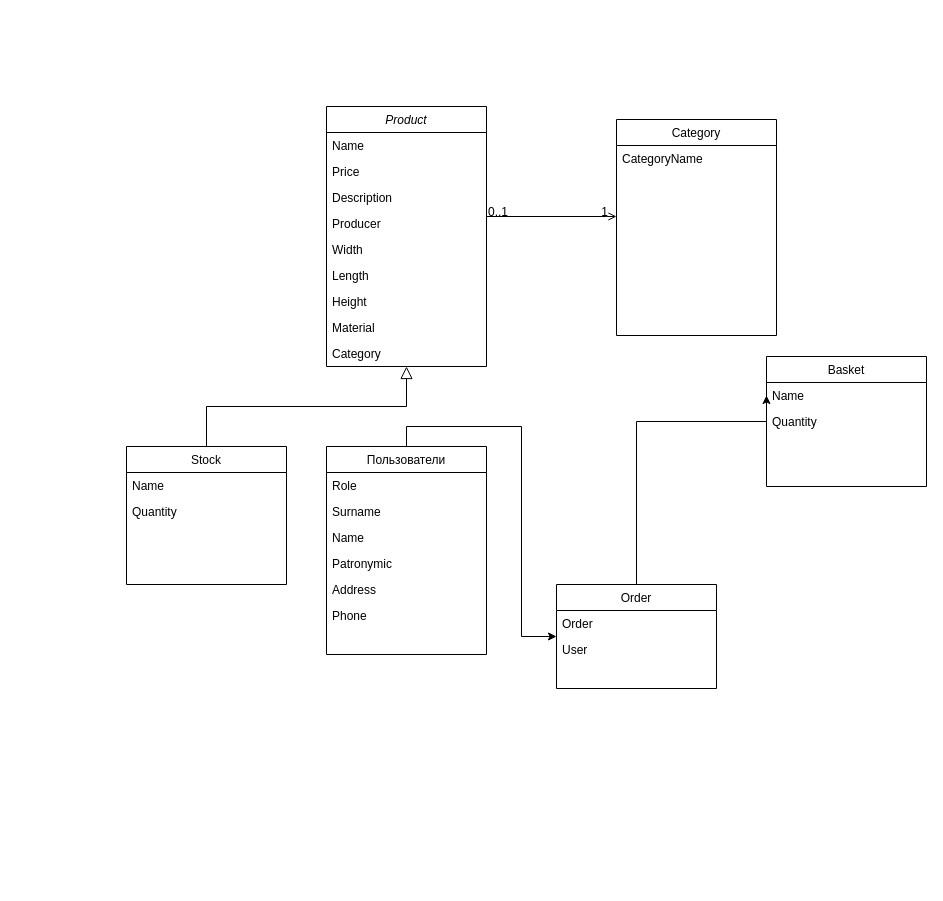
Above: Диаграммы/Entities.drawio in AlekcWins/OnlineFurniture (draw.io), before the change. Source tidied: cells renumbered, new cells numbered last; positions are measured from the earlier drawing's top-left corner, leaving out a move shared by most shapes. Both pictures are drawn from the tidied source at 100%, with x=0, y=0 at pixel (126, 106).
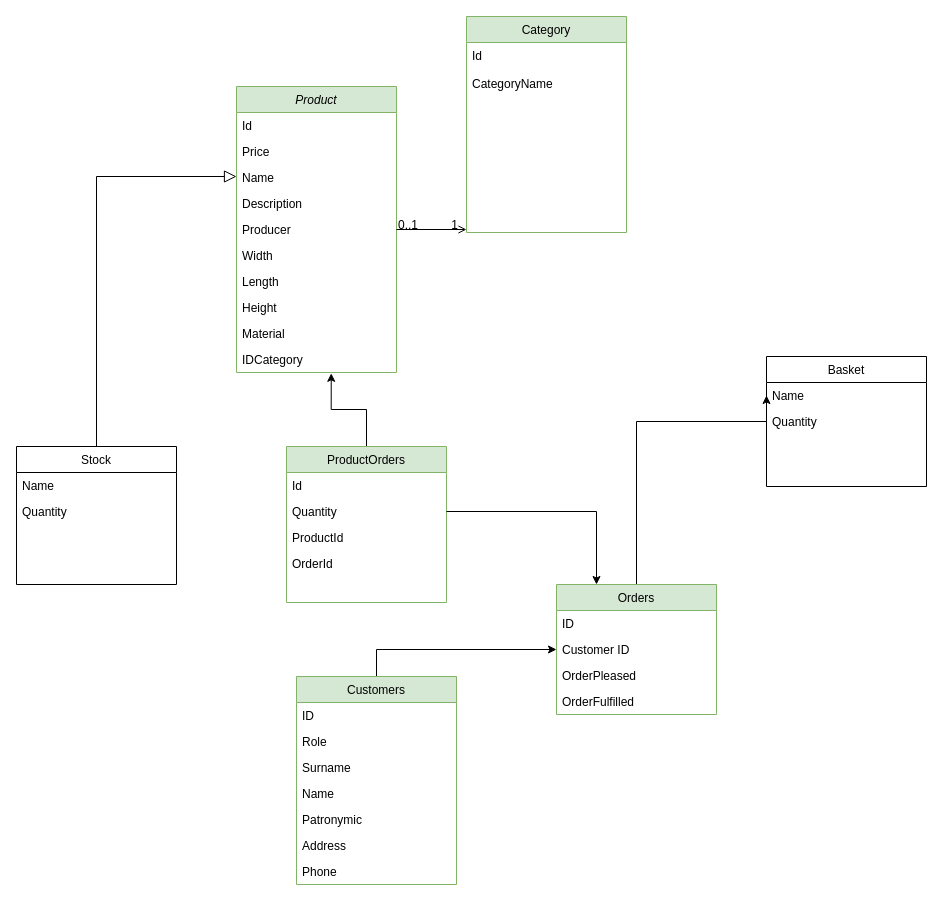
Above is the later version.

Commit message (it also covers changes not shown here):
add base functionality Product Customer Order

The edit, as a diff of the source:
```diff
@@
-    <mxCell id="2" value="Product" style="swimlane;fontStyle=2;align=center;verticalAlign=top;horizontal=1;startSize=26;rounded=0;shadow=0;strokeWidth=1;" parent="1" vertex="1">
-      <mxGeometry x="200" width="160" height="260" as="geometry" />
+    <mxCell id="2" value="Product" style="swimlane;fontStyle=2;align=center;verticalAlign=top;horizontal=1;startSize=26;rounded=0;shadow=0;strokeWidth=1;fillColor=#d5e8d4;strokeColor=#82b366;" parent="1" vertex="1">
+      <mxGeometry x="110" y="-20" width="160" height="286" as="geometry" />
     </mxCell>
+    <mxCell id="36" value="Id" style="text;align=left;verticalAlign=top;spacingLeft=4;spacingRight=4;overflow=hidden;rounded=0;shadow=0;html=0;" parent="2" vertex="1">
+      <mxGeometry y="26" width="160" height="26" as="geometry" />
+    </mxCell>
+    <mxCell id="4" value="Price" style="text;align=left;verticalAlign=top;spacingLeft=4;spacingRight=4;overflow=hidden;rounded=0;shadow=0;html=0;" parent="2" vertex="1">
+      <mxGeometry y="52" width="160" height="26" as="geometry" />
+    </mxCell>
     <mxCell id="3" value="Name" style="text;align=left;verticalAlign=top;spacingLeft=4;spacingRight=4;overflow=hidden;" parent="2" vertex="1">
-      <mxGeometry y="26" width="160" height="26" as="geometry" />
+      <mxGeometry y="78" width="160" height="26" as="geometry" />
     </mxCell>
-    <mxCell id="4" value="Price" style="text;align=left;verticalAlign=top;spacingLeft=4;spacingRight=4;overflow=hidden;rounded=0;shadow=0;html=0;" parent="2" vertex="1">
-      <mxGeometry y="52" width="160" height="26" as="geometry" />
-    </mxCell>
     <mxCell id="5" value="Description" style="text;align=left;verticalAlign=top;spacingLeft=4;spacingRight=4;overflow=hidden;rounded=0;shadow=0;html=0;" parent="2" vertex="1">
-      <mxGeometry y="78" width="160" height="26" as="geometry" />
+      <mxGeometry y="104" width="160" height="26" as="geometry" />
     </mxCell>
     <mxCell id="6" value="Producer" style="text;align=left;verticalAlign=top;spacingLeft=4;spacingRight=4;overflow=hidden;rounded=0;shadow=0;html=0;" parent="2" vertex="1">
-      <mxGeometry y="104" width="160" height="26" as="geometry" />
+      <mxGeometry y="130" width="160" height="26" as="geometry" />
     </mxCell>
     <mxCell id="7" value="Width" style="text;align=left;verticalAlign=top;spacingLeft=4;spacingRight=4;overflow=hidden;rounded=0;shadow=0;html=0;" parent="2" vertex="1">
-      <mxGeometry y="130" width="160" height="26" as="geometry" />
+      <mxGeometry y="156" width="160" height="26" as="geometry" />
     </mxCell>
     <mxCell id="8" value="Length" style="text;align=left;verticalAlign=top;spacingLeft=4;spacingRight=4;overflow=hidden;rounded=0;shadow=0;html=0;" parent="2" vertex="1">
-      <mxGeometry y="156" width="160" height="26" as="geometry" />
+      <mxGeometry y="182" width="160" height="26" as="geometry" />
     </mxCell>
     <mxCell id="9" value="Height" style="text;align=left;verticalAlign=top;spacingLeft=4;spacingRight=4;overflow=hidden;rounded=0;shadow=0;html=0;" parent="2" vertex="1">
-      <mxGeometry y="182" width="160" height="26" as="geometry" />
+      <mxGeometry y="208" width="160" height="26" as="geometry" />
     </mxCell>
     <mxCell id="10" value="Material" style="text;align=left;verticalAlign=top;spacingLeft=4;spacingRight=4;overflow=hidden;rounded=0;shadow=0;html=0;" parent="2" vertex="1">
-      <mxGeometry y="208" width="160" height="26" as="geometry" />
+      <mxGeometry y="234" width="160" height="26" as="geometry" />
     </mxCell>
-    <mxCell id="11" value="Category" style="text;align=left;verticalAlign=top;spacingLeft=4;spacingRight=4;overflow=hidden;points=[[0,0.5],[1,0.5]];portConstraint=eastwest;rounded=0;shadow=0;html=0;" parent="2" vertex="1">
-      <mxGeometry y="234" width="160" height="26" as="geometry" />
+    <mxCell id="11" value="IDCategory" style="text;align=left;verticalAlign=top;spacingLeft=4;spacingRight=4;overflow=hidden;points=[[0,0.5],[1,0.5]];portConstraint=eastwest;rounded=0;shadow=0;html=0;" parent="2" vertex="1">
+      <mxGeometry y="260" width="160" height="26" as="geometry" />
     </mxCell>
     <mxCell id="12" style="endArrow=block;endSize=10;endFill=0;shadow=0;strokeWidth=1;rounded=0;edgeStyle=elbowEdgeStyle;elbow=vertical;" parent="1" edge="1" source="18" target="2">
-      <mxGeometry relative="1" as="geometry" />
+      <mxGeometry relative="1" as="geometry">
+        <Array as="points">
+          <mxPoint x="110" y="70" />
+        </Array>
+      </mxGeometry>
     </mxCell>
@@
-    <mxCell id="16" value="Category" style="swimlane;fontStyle=0;align=center;verticalAlign=top;horizontal=1;startSize=26;rounded=0;shadow=0;strokeWidth=1;" parent="1" vertex="1">
-      <mxGeometry x="490" y="13" width="160" height="216" as="geometry" />
+    <mxCell id="16" value="Category" style="swimlane;fontStyle=0;align=center;verticalAlign=top;horizontal=1;startSize=26;rounded=0;shadow=0;strokeWidth=1;fillColor=#d5e8d4;strokeColor=#82b366;" parent="1" vertex="1">
+      <mxGeometry x="340" y="-90" width="160" height="216" as="geometry" />
     </mxCell>
+    <mxCell id="37" value="Id" style="text;align=left;verticalAlign=top;spacingLeft=4;spacingRight=4;overflow=hidden;rounded=0;shadow=0;html=0;" parent="16" vertex="1">
+      <mxGeometry y="26" width="160" height="28" as="geometry" />
+    </mxCell>
     <mxCell id="17" value="CategoryName" style="text;align=left;verticalAlign=top;spacingLeft=4;spacingRight=4;overflow=hidden;rounded=0;shadow=0;html=0;" parent="16" vertex="1">
-      <mxGeometry y="26" width="160" height="26" as="geometry" />
+      <mxGeometry y="54" width="160" height="26" as="geometry" />
     </mxCell>
     <mxCell id="18" value="Stock" style="swimlane;fontStyle=0;align=center;verticalAlign=top;horizontal=1;startSize=26;rounded=0;shadow=0;strokeWidth=1;" parent="1" vertex="1">
-      <mxGeometry y="340" width="160" height="138" as="geometry" />
+      <mxGeometry x="-110" y="340" width="160" height="138" as="geometry" />
     </mxCell>
@@
-    <mxCell id="22" value="Пользователи" style="swimlane;fontStyle=0;align=center;verticalAlign=top;horizontal=1;startSize=26;rounded=0;shadow=0;strokeWidth=1;" parent="1" vertex="1">
-      <mxGeometry x="200" y="340" width="160" height="208" as="geometry" />
+    <mxCell id="22" value="Customers" style="swimlane;fontStyle=0;align=center;verticalAlign=top;horizontal=1;startSize=26;rounded=0;shadow=0;strokeWidth=1;fillColor=#d5e8d4;strokeColor=#82b366;" parent="1" vertex="1">
+      <mxGeometry x="170" y="570" width="160" height="208" as="geometry" />
     </mxCell>
+    <mxCell id="38" value="ID" style="text;align=left;verticalAlign=top;spacingLeft=4;spacingRight=4;overflow=hidden;rounded=0;shadow=0;html=0;" parent="22" vertex="1">
+      <mxGeometry y="26" width="160" height="26" as="geometry" />
+    </mxCell>
     <mxCell id="23" value="Role" style="text;align=left;verticalAlign=top;spacingLeft=4;spacingRight=4;overflow=hidden;rounded=0;shadow=0;html=0;" parent="22" vertex="1">
-      <mxGeometry y="26" width="160" height="26" as="geometry" />
+      <mxGeometry y="52" width="160" height="26" as="geometry" />
     </mxCell>
     <mxCell id="24" value="Surname" style="text;align=left;verticalAlign=top;spacingLeft=4;spacingRight=4;overflow=hidden;rounded=0;shadow=0;html=0;" parent="22" vertex="1">
-      <mxGeometry y="52" width="160" height="26" as="geometry" />
+      <mxGeometry y="78" width="160" height="26" as="geometry" />
     </mxCell>
     <mxCell id="25" value="Name" style="text;align=left;verticalAlign=top;spacingLeft=4;spacingRight=4;overflow=hidden;rounded=0;shadow=0;html=0;" parent="22" vertex="1">
-      <mxGeometry y="78" width="160" height="26" as="geometry" />
+      <mxGeometry y="104" width="160" height="26" as="geometry" />
     </mxCell>
     <mxCell id="26" value="Patronymic" style="text;align=left;verticalAlign=top;spacingLeft=4;spacingRight=4;overflow=hidden;rounded=0;shadow=0;html=0;" parent="22" vertex="1">
-      <mxGeometry y="104" width="160" height="26" as="geometry" />
+      <mxGeometry y="130" width="160" height="26" as="geometry" />
     </mxCell>
     <mxCell id="27" value="Address" style="text;align=left;verticalAlign=top;spacingLeft=4;spacingRight=4;overflow=hidden;rounded=0;shadow=0;html=0;" parent="22" vertex="1">
-      <mxGeometry y="130" width="160" height="26" as="geometry" />
+      <mxGeometry y="156" width="160" height="26" as="geometry" />
     </mxCell>
     <mxCell id="28" value="Phone" style="text;align=left;verticalAlign=top;spacingLeft=4;spacingRight=4;overflow=hidden;rounded=0;shadow=0;html=0;" parent="22" vertex="1">
-      <mxGeometry y="156" width="160" height="26" as="geometry" />
+      <mxGeometry y="182" width="160" height="26" as="geometry" />
     </mxCell>
@@
-    <mxCell id="30" value="Order" style="swimlane;fontStyle=0;align=center;verticalAlign=top;horizontal=1;startSize=26;rounded=0;shadow=0;strokeWidth=1;" parent="1" vertex="1">
-      <mxGeometry x="430" y="478" width="160" height="104" as="geometry" />
+    <mxCell id="30" value="Orders" style="swimlane;fontStyle=0;align=center;verticalAlign=top;horizontal=1;startSize=26;rounded=0;shadow=0;strokeWidth=1;fillColor=#d5e8d4;strokeColor=#82b366;" parent="1" vertex="1">
+      <mxGeometry x="430" y="478" width="160" height="130" as="geometry" />
     </mxCell>
-    <mxCell id="31" value="Order" style="text;align=left;verticalAlign=top;spacingLeft=4;spacingRight=4;overflow=hidden;rounded=0;shadow=0;html=0;" parent="30" vertex="1">
+    <mxCell id="31" value="ID" style="text;align=left;verticalAlign=top;spacingLeft=4;spacingRight=4;overflow=hidden;rounded=0;shadow=0;html=0;" parent="30" vertex="1">
       <mxGeometry y="26" width="160" height="26" as="geometry" />
     </mxCell>
-    <mxCell id="32" value="User" style="text;align=left;verticalAlign=top;spacingLeft=4;spacingRight=4;overflow=hidden;rounded=0;shadow=0;html=0;" parent="30" vertex="1">
+    <mxCell id="32" value="Customer ID" style="text;align=left;verticalAlign=top;spacingLeft=4;spacingRight=4;overflow=hidden;rounded=0;shadow=0;html=0;" parent="30" vertex="1">
       <mxGeometry y="52" width="160" height="26" as="geometry" />
     </mxCell>
+    <mxCell id="39" value="OrderPleased" style="text;align=left;verticalAlign=top;spacingLeft=4;spacingRight=4;overflow=hidden;rounded=0;shadow=0;html=0;" parent="30" vertex="1">
+      <mxGeometry y="78" width="160" height="26" as="geometry" />
+    </mxCell>
+    <mxCell id="40" value="OrderFulfilled" style="text;align=left;verticalAlign=top;spacingLeft=4;spacingRight=4;overflow=hidden;rounded=0;shadow=0;html=0;" parent="30" vertex="1">
+      <mxGeometry y="104" width="160" height="26" as="geometry" />
+    </mxCell>
@@
+    <mxCell id="41" style="edgeStyle=orthogonalEdgeStyle;rounded=0;jettySize=auto;html=1;exitX=0.5;exitY=0;exitDx=0;exitDy=0;entryX=0.592;entryY=1.032;entryDx=0;entryDy=0;entryPerimeter=0;" parent="1" edge="1" source="42" target="11">
+      <mxGeometry relative="1" as="geometry" />
+    </mxCell>
+    <mxCell id="42" value="ProductOrders" style="swimlane;fontStyle=0;align=center;verticalAlign=top;horizontal=1;startSize=26;rounded=0;shadow=0;strokeWidth=1;fillColor=#d5e8d4;strokeColor=#82b366;" parent="1" vertex="1">
+      <mxGeometry x="160" y="340" width="160" height="156" as="geometry" />
+    </mxCell>
+    <mxCell id="43" value="Id" style="text;align=left;verticalAlign=top;spacingLeft=4;spacingRight=4;overflow=hidden;rounded=0;shadow=0;html=0;" parent="42" vertex="1">
+      <mxGeometry y="26" width="160" height="26" as="geometry" />
+    </mxCell>
+    <mxCell id="44" value="Quantity" style="text;align=left;verticalAlign=top;spacingLeft=4;spacingRight=4;overflow=hidden;points=[[0,0.5],[1,0.5]];portConstraint=eastwest;rounded=0;shadow=0;html=0;" parent="42" vertex="1">
+      <mxGeometry y="52" width="160" height="26" as="geometry" />
+    </mxCell>
+    <mxCell id="45" value="ProductId" style="text;align=left;verticalAlign=top;spacingLeft=4;spacingRight=4;overflow=hidden;rounded=0;shadow=0;html=0;" parent="42" vertex="1">
+      <mxGeometry y="78" width="160" height="26" as="geometry" />
+    </mxCell>
+    <mxCell id="46" value="OrderId" style="text;align=left;verticalAlign=top;spacingLeft=4;spacingRight=4;overflow=hidden;rounded=0;shadow=0;html=0;" parent="42" vertex="1">
+      <mxGeometry y="104" width="160" height="26" as="geometry" />
+    </mxCell>
+    <mxCell id="47" style="edgeStyle=orthogonalEdgeStyle;rounded=0;jettySize=auto;html=1;exitX=1;exitY=0.5;exitDx=0;exitDy=0;entryX=0.25;entryY=0;entryDx=0;entryDy=0;" parent="1" edge="1" source="44" target="30">
+      <mxGeometry relative="1" as="geometry" />
+    </mxCell>
```
